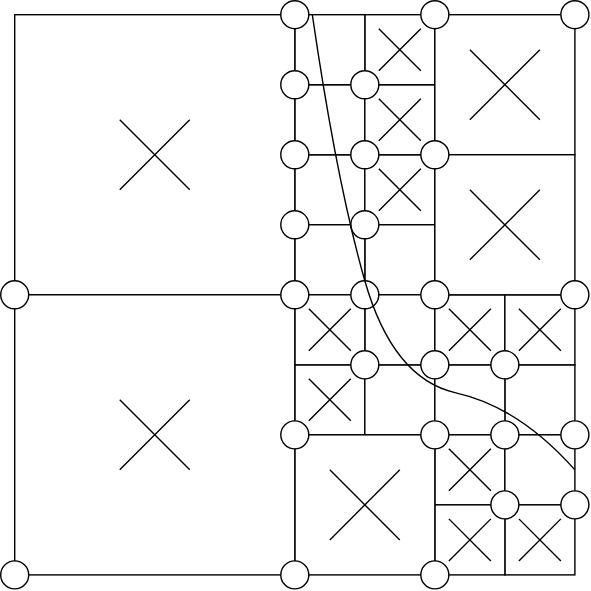
The draw.io diagram images/ndbs.svg in somnicattus/binary-search-generalized, before a commit. Source tidied: cells renumbered, new cells last; positions are measured from the earlier drawing's top-left corner, leaving out a move shared by most shapes.
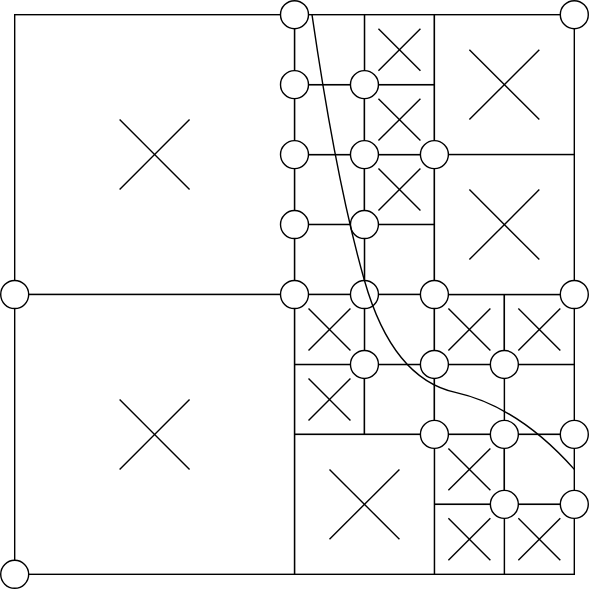
The same file after the commit.

Commit message:
chore: replace N-dimensional binary search image

Change to the diagram source:
```diff
@@ -122,9 +122,6 @@
     <mxCell id="37" style="ellipse;whiteSpace=wrap;html=1;" parent="1" vertex="1">
       <mxGeometry x="300" y="300" width="20" height="20" as="geometry" />
     </mxCell>
-    <mxCell id="38" style="ellipse;whiteSpace=wrap;html=1;" parent="1" vertex="1">
-      <mxGeometry x="200" y="400" width="20" height="20" as="geometry" />
-    </mxCell>
     <mxCell id="39" style="ellipse;whiteSpace=wrap;html=1;" parent="1" vertex="1">
       <mxGeometry y="200" width="20" height="20" as="geometry" />
     </mxCell>
@@ -173,15 +170,6 @@
     <mxCell id="48" style="ellipse;whiteSpace=wrap;html=1;fillColor=light-dark(#FFFFFF,#FFFFFF);" parent="1" vertex="1">
       <mxGeometry x="400" y="300" width="20" height="20" as="geometry" />
     </mxCell>
-    <mxCell id="49" style="ellipse;whiteSpace=wrap;html=1;fillColor=light-dark(#FFFFFF,#FFFFFF);" parent="1" vertex="1">
-      <mxGeometry x="300" width="20" height="20" as="geometry" />
-    </mxCell>
-    <mxCell id="50" style="ellipse;whiteSpace=wrap;html=1;" parent="1" vertex="1">
-      <mxGeometry x="300" y="400" width="20" height="20" as="geometry" />
-    </mxCell>
-    <mxCell id="51" style="ellipse;whiteSpace=wrap;html=1;" parent="1" vertex="1">
-      <mxGeometry x="200" y="300" width="20" height="20" as="geometry" />
-    </mxCell>
     <mxCell id="52" style="ellipse;whiteSpace=wrap;html=1;fillColor=light-dark(#FFFFFF,#FFFFFF);" parent="1" vertex="1">
       <mxGeometry x="250" y="50" width="20" height="20" as="geometry" />
     </mxCell>
```
